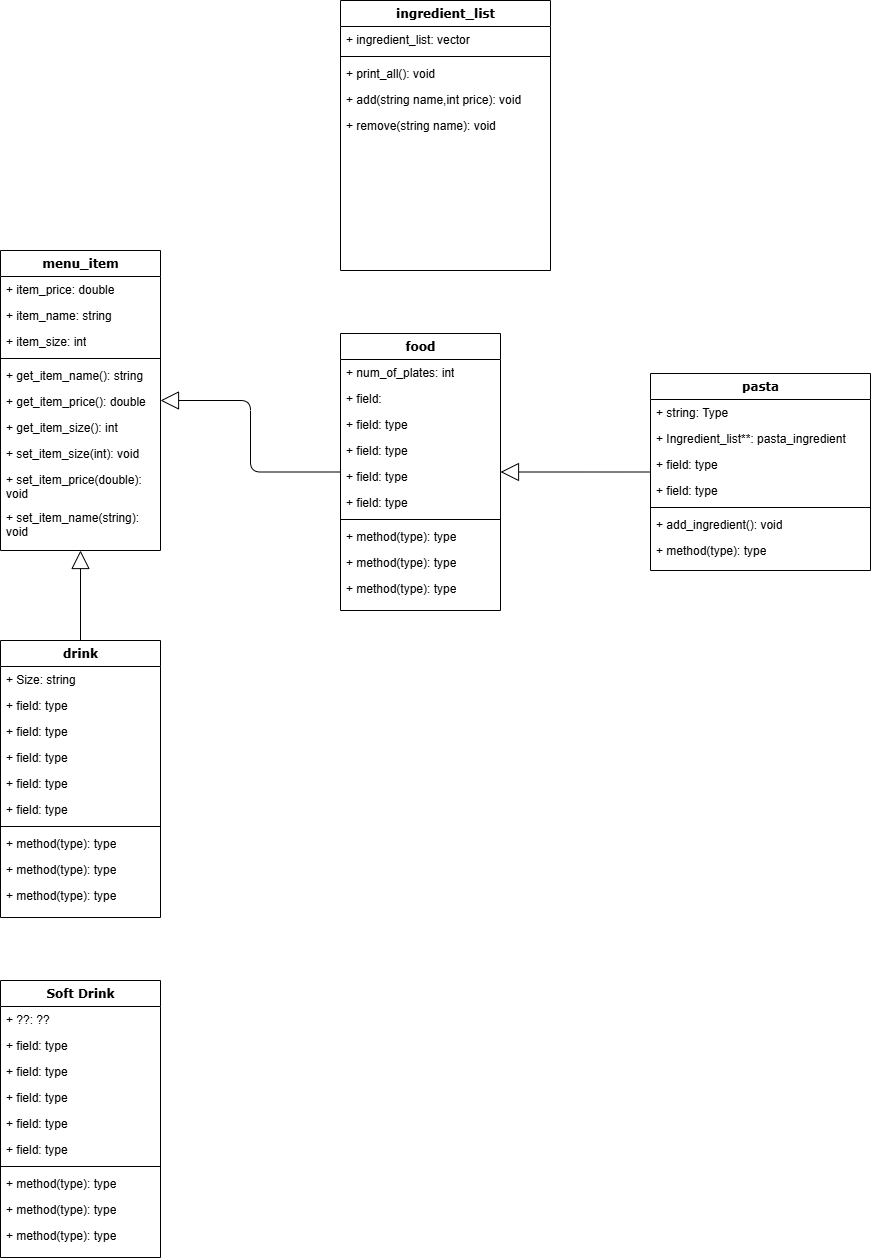
Before: UML.png, a diagram exported from draw.io (SohamA12345/Project). Source tidied: cells renumbered, new cells last; positions are measured from the earlier drawing's top-left corner, leaving out a move shared by most shapes.
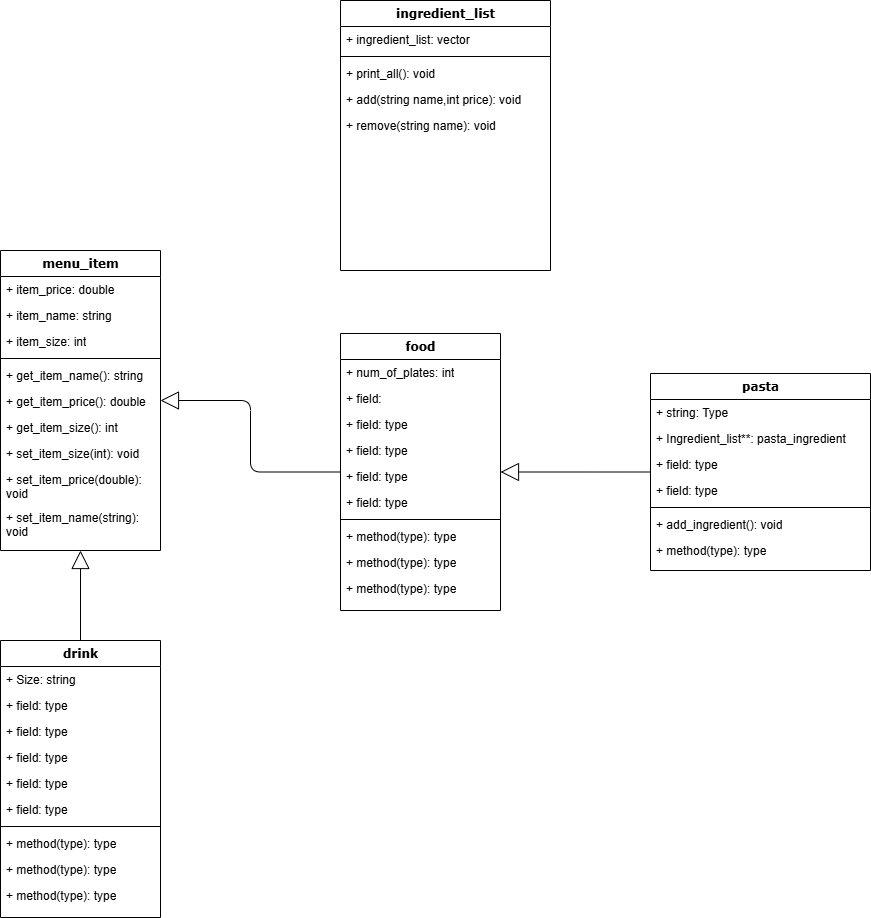
Above is the later version.

Diff of the diagram source:
```diff
@@ -134,39 +134,6 @@
     <mxCell id="45" value="+ method(type): type" style="text;html=1;strokeColor=none;fillColor=none;align=left;verticalAlign=top;spacingLeft=4;spacingRight=4;whiteSpace=wrap;overflow=hidden;" parent="35" vertex="1">
       <mxGeometry y="242" width="160" height="26" as="geometry" />
     </mxCell>
-    <mxCell id="46" value="Soft Drink" style="swimlane;html=1;fontStyle=1;align=center;verticalAlign=top;horizontal=1;startSize=26;swimlaneFillColor=#ffffff;rounded=0;shadow=0;comic=0;labelBackgroundColor=none;strokeWidth=1;fillColor=none;fontFamily=Verdana;fontSize=12;" parent="1" vertex="1">
-      <mxGeometry y="980" width="160" height="277" as="geometry" />
-    </mxCell>
-    <mxCell id="47" value="+ ??: ??" style="text;html=1;strokeColor=none;fillColor=none;align=left;verticalAlign=top;spacingLeft=4;spacingRight=4;whiteSpace=wrap;overflow=hidden;" parent="46" vertex="1">
-      <mxGeometry y="26" width="160" height="26" as="geometry" />
-    </mxCell>
-    <mxCell id="48" value="+ field: type" style="text;html=1;strokeColor=none;fillColor=none;align=left;verticalAlign=top;spacingLeft=4;spacingRight=4;whiteSpace=wrap;overflow=hidden;" parent="46" vertex="1">
-      <mxGeometry y="52" width="160" height="26" as="geometry" />
-    </mxCell>
-    <mxCell id="49" value="+ field: type" style="text;html=1;strokeColor=none;fillColor=none;align=left;verticalAlign=top;spacingLeft=4;spacingRight=4;whiteSpace=wrap;overflow=hidden;" parent="46" vertex="1">
-      <mxGeometry y="78" width="160" height="26" as="geometry" />
-    </mxCell>
-    <mxCell id="50" value="+ field: type" style="text;html=1;strokeColor=none;fillColor=none;align=left;verticalAlign=top;spacingLeft=4;spacingRight=4;whiteSpace=wrap;overflow=hidden;" parent="46" vertex="1">
-      <mxGeometry y="104" width="160" height="26" as="geometry" />
-    </mxCell>
-    <mxCell id="51" value="+ field: type" style="text;html=1;strokeColor=none;fillColor=none;align=left;verticalAlign=top;spacingLeft=4;spacingRight=4;whiteSpace=wrap;overflow=hidden;" parent="46" vertex="1">
-      <mxGeometry y="130" width="160" height="26" as="geometry" />
-    </mxCell>
-    <mxCell id="52" value="+ field: type" style="text;html=1;strokeColor=none;fillColor=none;align=left;verticalAlign=top;spacingLeft=4;spacingRight=4;whiteSpace=wrap;overflow=hidden;" parent="46" vertex="1">
-      <mxGeometry y="156" width="160" height="26" as="geometry" />
-    </mxCell>
-    <mxCell id="53" style="line;html=1;strokeWidth=1;fillColor=none;align=left;verticalAlign=middle;spacingTop=-1;spacingLeft=3;spacingRight=3;labelPosition=right;" parent="46" vertex="1">
-      <mxGeometry y="182" width="160" height="8" as="geometry" />
-    </mxCell>
-    <mxCell id="54" value="+ method(type): type" style="text;html=1;strokeColor=none;fillColor=none;align=left;verticalAlign=top;spacingLeft=4;spacingRight=4;whiteSpace=wrap;overflow=hidden;" parent="46" vertex="1">
-      <mxGeometry y="190" width="160" height="26" as="geometry" />
-    </mxCell>
-    <mxCell id="55" value="+ method(type): type" style="text;html=1;strokeColor=none;fillColor=none;align=left;verticalAlign=top;spacingLeft=4;spacingRight=4;whiteSpace=wrap;overflow=hidden;" parent="46" vertex="1">
-      <mxGeometry y="216" width="160" height="26" as="geometry" />
-    </mxCell>
-    <mxCell id="56" value="+ method(type): type" style="text;html=1;strokeColor=none;fillColor=none;align=left;verticalAlign=top;spacingLeft=4;spacingRight=4;whiteSpace=wrap;overflow=hidden;" parent="46" vertex="1">
-      <mxGeometry y="242" width="160" height="26" as="geometry" />
-    </mxCell>
     <mxCell id="57" value="ingredient_list" style="swimlane;html=1;fontStyle=1;align=center;verticalAlign=top;horizontal=1;startSize=26;swimlaneFillColor=#ffffff;rounded=0;shadow=0;comic=0;labelBackgroundColor=none;strokeWidth=1;fillColor=none;fontFamily=Verdana;fontSize=12;" parent="1" vertex="1">
       <mxGeometry x="340" width="210" height="270" as="geometry" />
     </mxCell>
```
